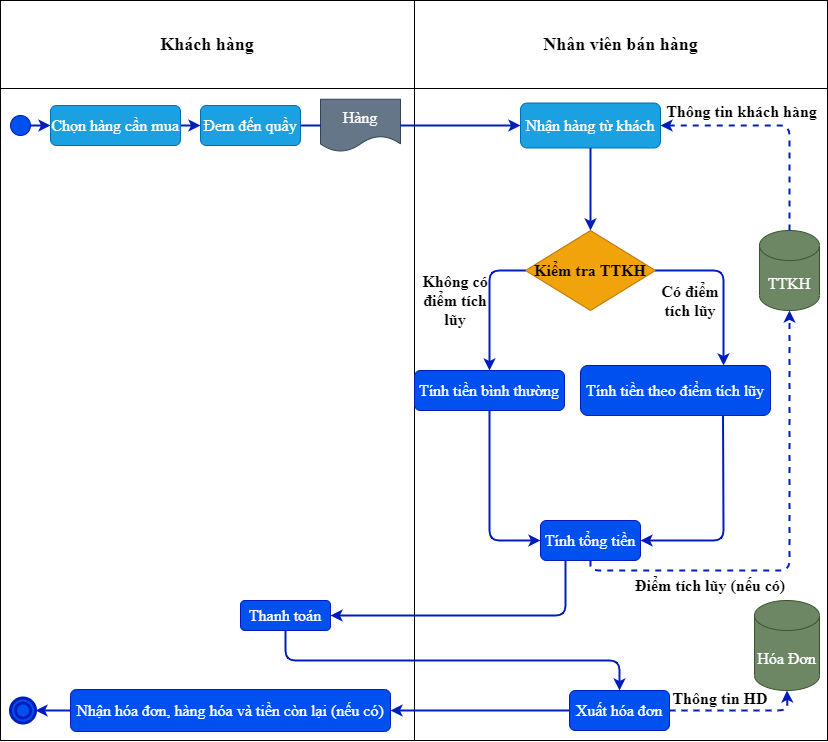
The draw.io diagram banHang.drawio.png in sunny-THS/QlyBanDT, before a commit. Source tidied: cells renumbered, new cells last; positions are measured from the earlier drawing's top-left corner, leaving out a move shared by most shapes.
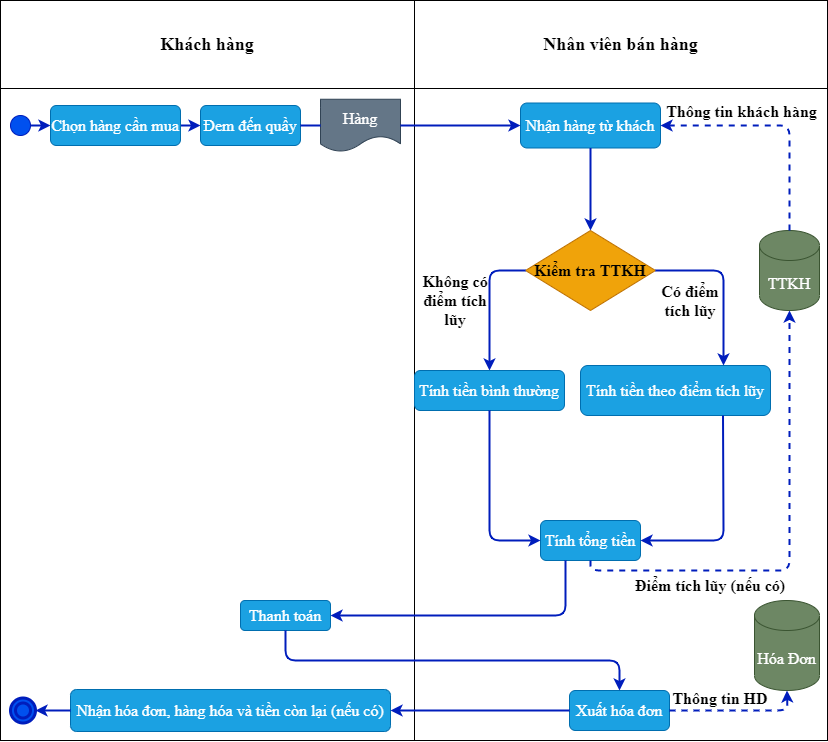
After the change.

What changed in the source:
```diff
@@ -78,13 +78,13 @@
         </Array>
       </mxGeometry>
     </mxCell>
-    <mxCell id="24" value="Tính tiền bình thường" style="rounded=1;whiteSpace=wrap;html=1;fontFamily=Times New Roman;fontSize=16;fillColor=#0050ef;strokeColor=#001DBC;fontColor=#ffffff;" parent="1" vertex="1">
+    <mxCell id="24" value="Tính tiền bình thường" style="rounded=1;whiteSpace=wrap;html=1;fontFamily=Times New Roman;fontSize=16;fillColor=#1ba1e2;strokeColor=#006EAF;fontColor=#ffffff;" parent="1" vertex="1">
       <mxGeometry x="414" y="370" width="150" height="40" as="geometry" />
     </mxCell>
     <mxCell id="25" value="Không có điểm tích lũy" style="text;html=1;strokeColor=none;fillColor=none;align=center;verticalAlign=middle;whiteSpace=wrap;rounded=0;fontFamily=Times New Roman;fontSize=16;fontStyle=1;" parent="1" vertex="1">
       <mxGeometry x="420" y="270" width="70" height="60" as="geometry" />
     </mxCell>
-    <mxCell id="26" value="Tính tiền theo điểm tích lũy" style="rounded=1;whiteSpace=wrap;html=1;fontFamily=Times New Roman;fontSize=16;fillColor=#0050ef;strokeColor=#001DBC;fontColor=#ffffff;" parent="1" vertex="1">
+    <mxCell id="26" value="Tính tiền theo điểm tích lũy" style="rounded=1;whiteSpace=wrap;html=1;fontFamily=Times New Roman;fontSize=16;fillColor=#1ba1e2;strokeColor=#006EAF;fontColor=#ffffff;" parent="1" vertex="1">
       <mxGeometry x="580" y="365" width="190" height="50" as="geometry" />
     </mxCell>
     <mxCell id="27" style="endArrow=classic;html=1;fontFamily=Times New Roman;fontSize=16;strokeWidth=2;fillColor=#0050ef;strokeColor=#001DBC;exitX=1;exitY=0.5;exitDx=0;exitDy=0;" parent="1" edge="1" source="21">
@@ -98,7 +98,7 @@
     <mxCell id="28" value="Có điểm tích lũy" style="text;html=1;strokeColor=none;fillColor=none;align=center;verticalAlign=middle;whiteSpace=wrap;rounded=0;fontFamily=Times New Roman;fontSize=16;fontStyle=1;" parent="1" vertex="1">
       <mxGeometry x="655" y="270" width="70" height="60" as="geometry" />
     </mxCell>
-    <mxCell id="29" value="Tính tổng tiền" style="rounded=1;whiteSpace=wrap;html=1;fontFamily=Times New Roman;fontSize=16;fillColor=#0050ef;strokeColor=#001DBC;fontColor=#ffffff;" parent="1" vertex="1">
+    <mxCell id="29" value="Tính tổng tiền" style="rounded=1;whiteSpace=wrap;html=1;fontFamily=Times New Roman;fontSize=16;fillColor=#1ba1e2;strokeColor=#006EAF;fontColor=#ffffff;" parent="1" vertex="1">
       <mxGeometry x="540" y="520" width="100" height="40" as="geometry" />
     </mxCell>
     <mxCell id="30" style="endArrow=classic;html=1;fontFamily=Times New Roman;fontSize=16;strokeWidth=2;exitX=0.5;exitY=1;exitDx=0;exitDy=0;entryX=0;entryY=0.5;entryDx=0;entryDy=0;fillColor=#0050ef;strokeColor=#001DBC;" parent="1" edge="1" source="24" target="29">
@@ -133,13 +133,13 @@
         </Array>
       </mxGeometry>
     </mxCell>
-    <mxCell id="35" value="Thanh toán" style="rounded=1;whiteSpace=wrap;html=1;fontFamily=Times New Roman;fontSize=16;fillColor=#0050ef;strokeColor=#001DBC;fontColor=#ffffff;" parent="1" vertex="1">
+    <mxCell id="35" value="Thanh toán" style="rounded=1;whiteSpace=wrap;html=1;fontFamily=Times New Roman;fontSize=16;fillColor=#1ba1e2;strokeColor=#006EAF;fontColor=#ffffff;" parent="1" vertex="1">
       <mxGeometry x="240" y="600" width="90" height="30" as="geometry" />
     </mxCell>
     <mxCell id="36" value="Hóa Đơn" style="shape=cylinder3;whiteSpace=wrap;html=1;boundedLbl=1;backgroundOutline=1;size=15;fontFamily=Times New Roman;fontSize=16;fillColor=#6d8764;strokeColor=#3A5431;fontColor=#ffffff;" parent="1" vertex="1">
       <mxGeometry x="754" y="600" width="65" height="90" as="geometry" />
     </mxCell>
-    <mxCell id="37" value="Xuất hóa đơn" style="rounded=1;whiteSpace=wrap;html=1;fontFamily=Times New Roman;fontSize=16;fillColor=#0050ef;strokeColor=#001DBC;fontColor=#ffffff;" parent="1" vertex="1">
+    <mxCell id="37" value="Xuất hóa đơn" style="rounded=1;whiteSpace=wrap;html=1;fontFamily=Times New Roman;fontSize=16;fillColor=#1ba1e2;strokeColor=#006EAF;fontColor=#ffffff;" parent="1" vertex="1">
       <mxGeometry x="569" y="690" width="100" height="40" as="geometry" />
     </mxCell>
     <mxCell id="38" style="endArrow=classic;html=1;fontFamily=Times New Roman;fontSize=16;strokeWidth=2;exitX=1;exitY=0.5;exitDx=0;exitDy=0;dashed=1;fillColor=#0050ef;strokeColor=#001DBC;entryX=0.5;entryY=1;entryDx=0;entryDy=0;entryPerimeter=0;" parent="1" edge="1" source="37" target="36">
@@ -161,7 +161,7 @@
         </Array>
       </mxGeometry>
     </mxCell>
-    <mxCell id="41" value="Nhận hóa đơn, hàng hóa và tiền còn lại (nếu có)" style="rounded=1;whiteSpace=wrap;html=1;fontFamily=Times New Roman;fontSize=16;fillColor=#0050ef;strokeColor=#001DBC;fontColor=#ffffff;" parent="1" vertex="1">
+    <mxCell id="41" value="Nhận hóa đơn, hàng hóa và tiền còn lại (nếu có)" style="rounded=1;whiteSpace=wrap;html=1;fontFamily=Times New Roman;fontSize=16;fillColor=#1ba1e2;strokeColor=#006EAF;fontColor=#ffffff;" parent="1" vertex="1">
       <mxGeometry x="70" y="689" width="320" height="42" as="geometry" />
     </mxCell>
     <mxCell id="42" style="endArrow=classic;html=1;fontFamily=Times New Roman;fontSize=18;fillColor=#0050ef;strokeColor=#001DBC;entryX=1;entryY=0.5;entryDx=0;entryDy=0;strokeWidth=2;" parent="1" edge="1" target="44">
```
